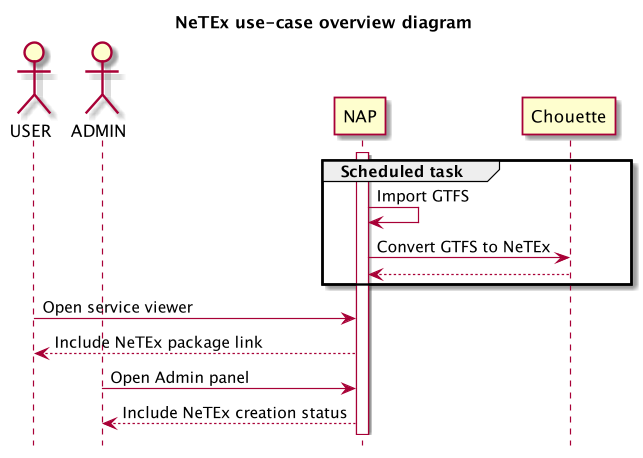
This is docs/netex/netex_use_cases_overview.png from tmfg/mmtis-national-access-point, a PlantUML export, as it was before one commit.
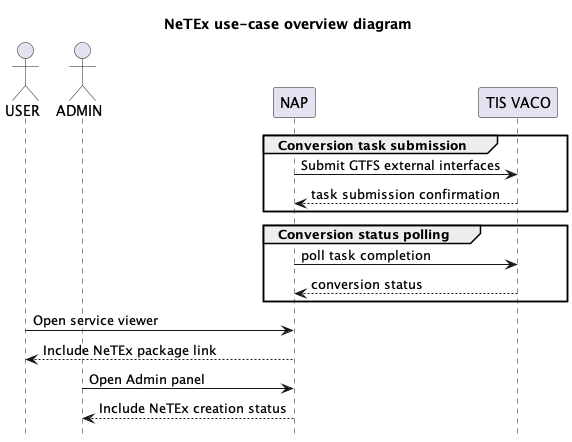
The same file after the commit.

What changed in the source:
```diff
@@ -5,15 +5,18 @@
 actor "USER" as USER
 actor "ADMIN" as ADMIN
 participant "NAP" as NAP
-participant "Chouette" as CONVERTER
+participant "TIS VACO" as CONVERTER
 
+group Conversion task submission
+NAP->CONVERTER : Submit GTFS external interfaces
+CONVERTER-->NAP: task submission confirmation
+end
 
-group Scheduled task
-activate NAP
-NAP->NAP : Import GTFS
-NAP->CONVERTER : Convert GTFS to NeTEx
-return
+group Conversion status polling
+NAP->CONVERTER : poll task completion
+CONVERTER-->NAP: conversion status
 end
+
 USER->NAP : Open service viewer
 return  Include NeTEx package link
 
```
